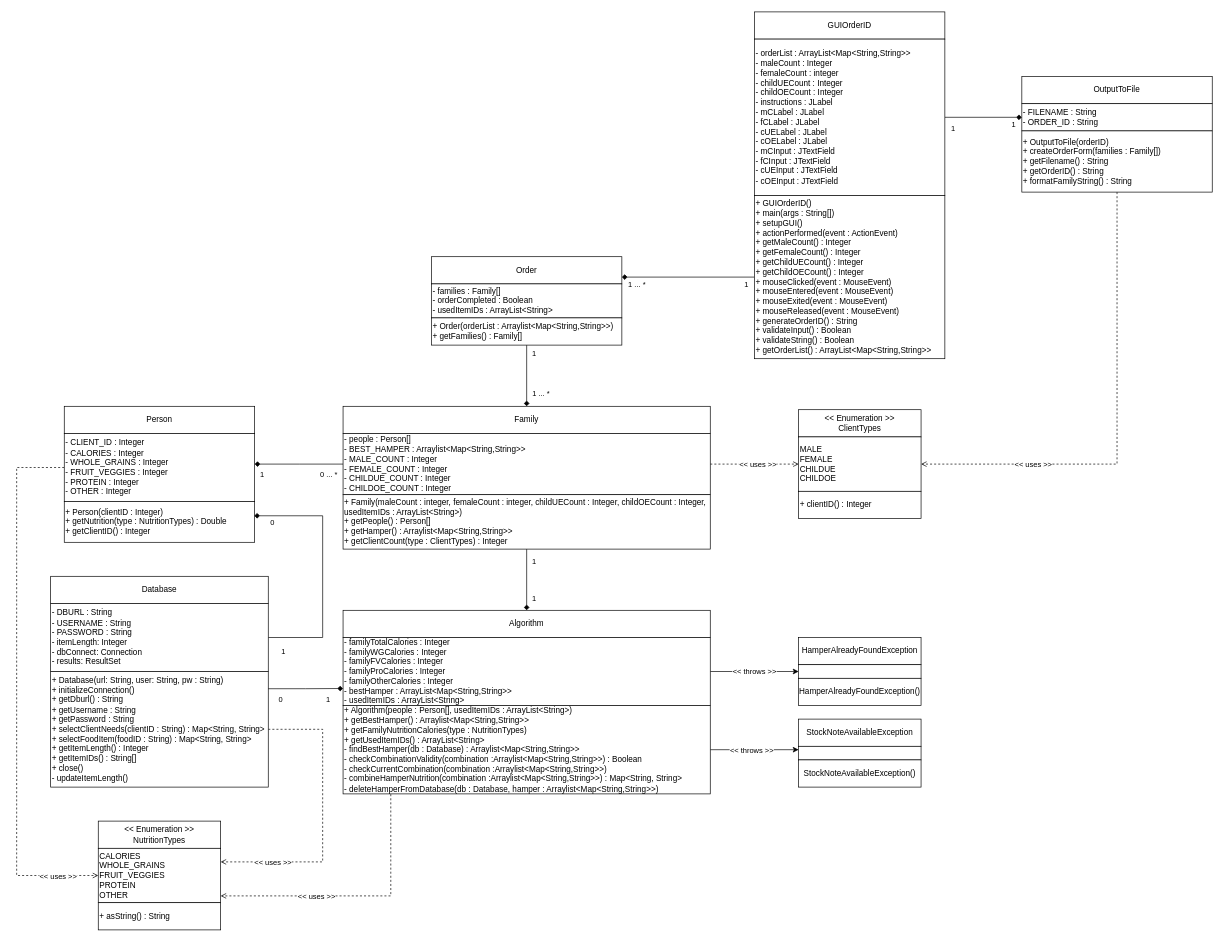
Before: UML/FinalProjectUML.drawio in dyenaan/ENSF409Group30, a draw.io diagram. Source tidied: cells renumbered, new cells numbered last; positions are measured from the earlier drawing's top-left corner, leaving out a move shared by most shapes. Both pictures are drawn from the tidied source at 68%, with x=0, y=0 at pixel (16, 12).
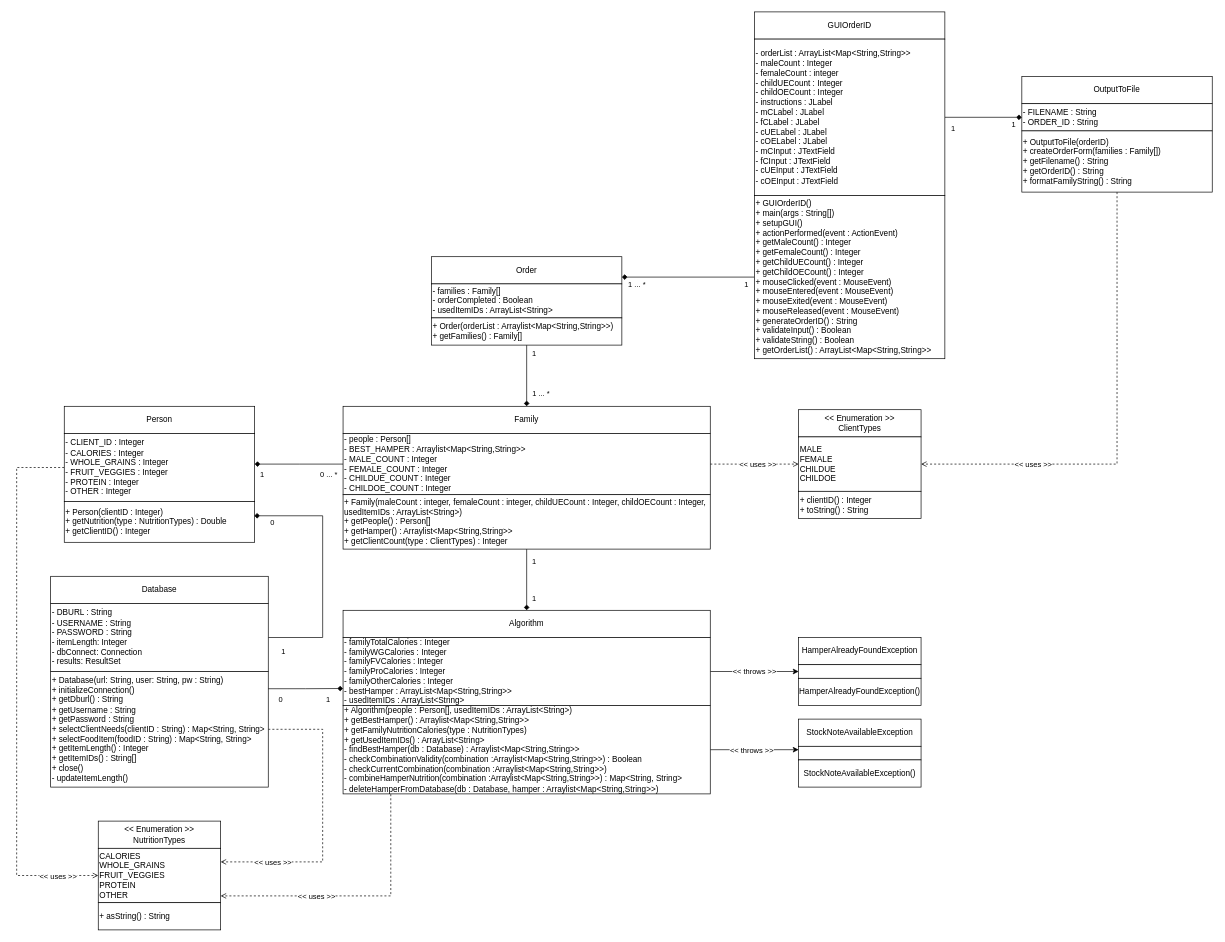
The same page after the edit.

Commit message (it also covers changes not shown here):
Updated ClientTypes enumeration

The edit, as a diff of the source:
```diff
@@
-    <mxCell id="54" value="+ clientID() : Integer" style="rounded=0;whiteSpace=wrap;html=1;align=left;" parent="1" vertex="1">
+    <mxCell id="54" value="+ clientID() : Integer&lt;br&gt;+ toString() : String" style="rounded=0;whiteSpace=wrap;html=1;align=left;" parent="1" vertex="1">
       <mxGeometry x="1150" y="705" width="180" height="40" as="geometry" />
     </mxCell>
```
